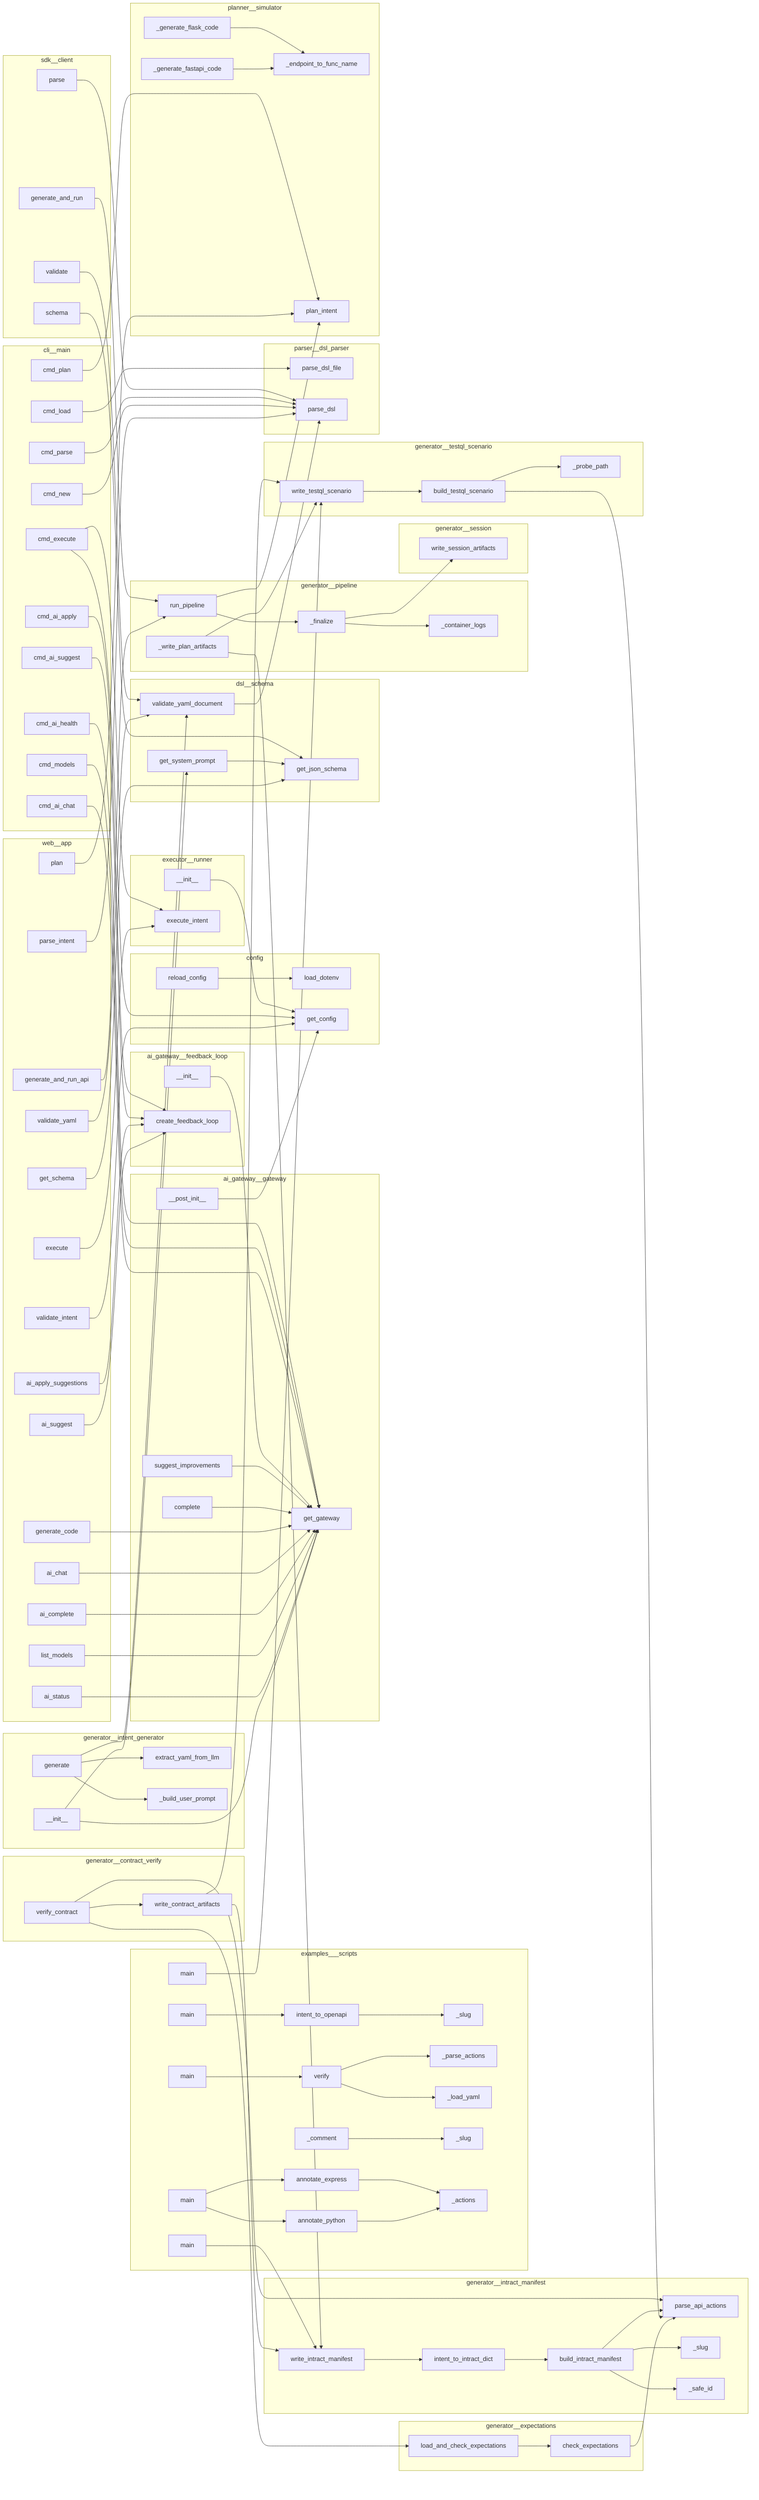
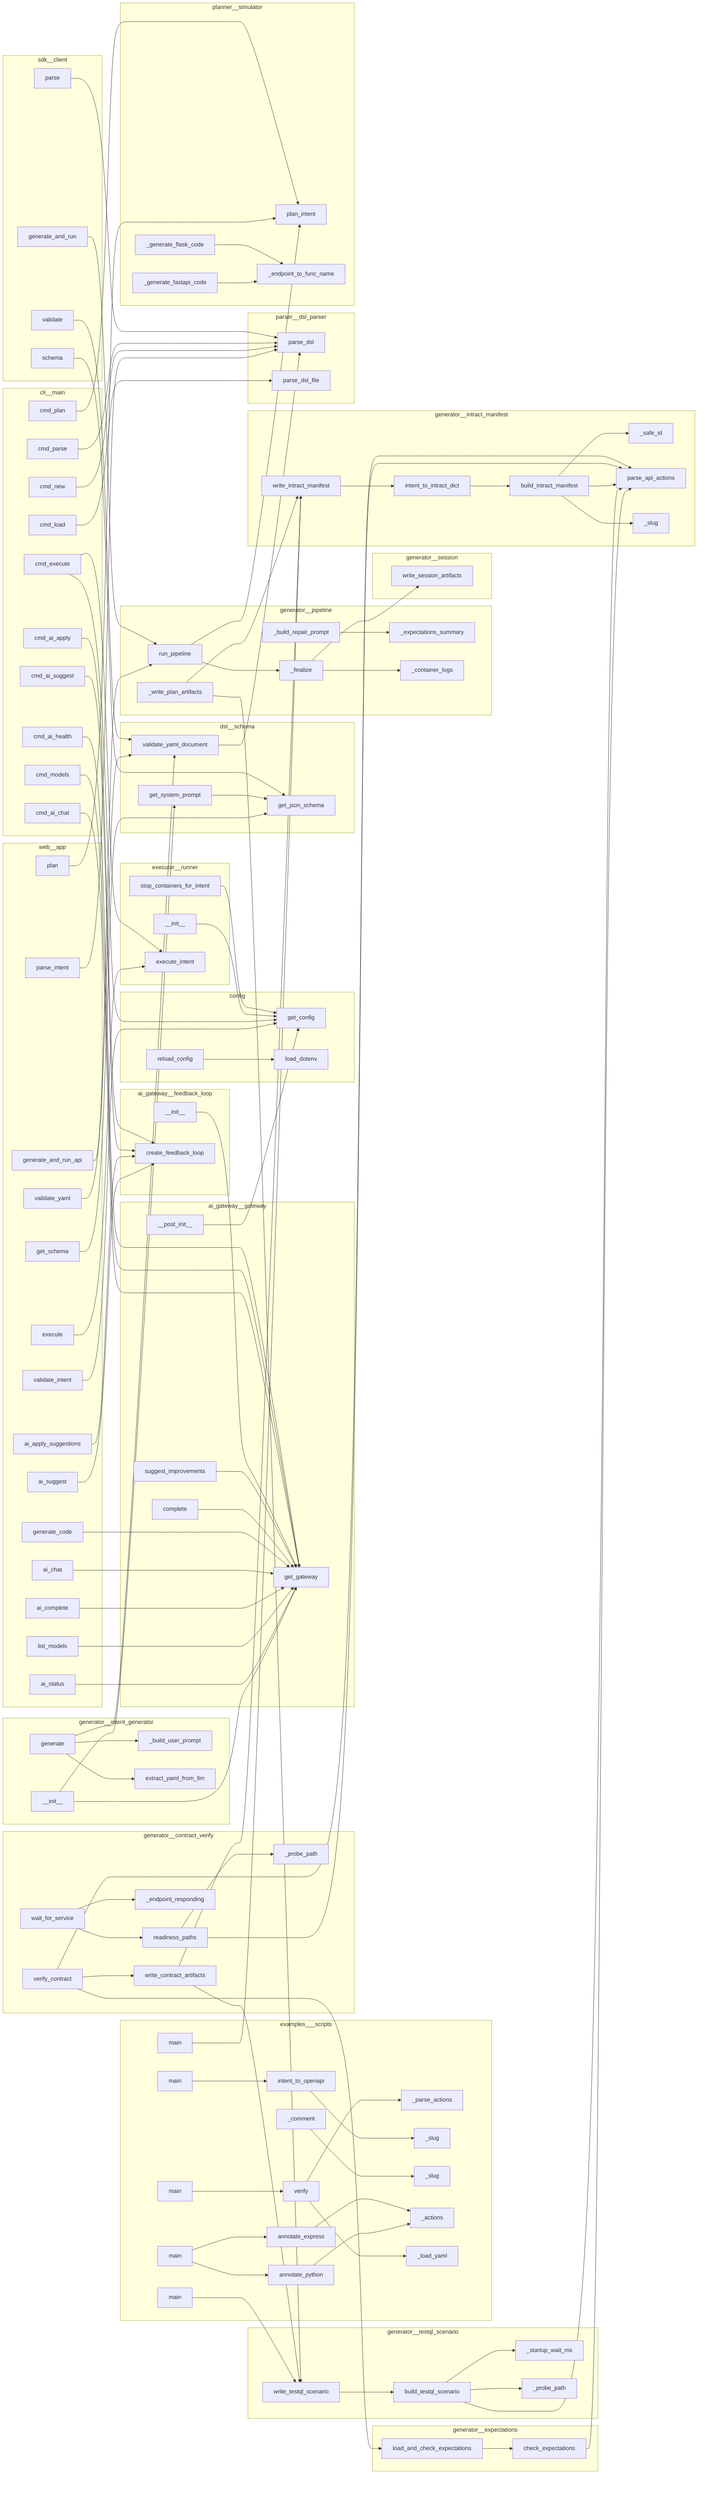
flowchart LR
%% generated in 0.00s
    subgraph ai_gateway__feedback_loop
        ai_gateway__feedback_loop__FeedbackLoop____init__["__init__"]
        ai_gateway__feedback_loop__create_feedback_loop["create_feedback_loop"]
    end
    subgraph ai_gateway__gateway
        ai_gateway__gateway__suggest_improvements["suggest_improvements"]
-         ai_gateway__gateway__GatewayConfig____post_init__["__post_init__"]
        ai_gateway__gateway__complete["complete"]
        ai_gateway__gateway__get_gateway["get_gateway"]
+         ai_gateway__gateway__GatewayConfig____post_init__["__post_init__"]
    end
    subgraph cli__main
+         cli__main__CLI__cmd_ai_health["cmd_ai_health"]
+         cli__main__CLI__cmd_execute["cmd_execute"]
+         cli__main__CLI__cmd_models["cmd_models"]
+         cli__main__CLI__cmd_ai_apply["cmd_ai_apply"]
+         cli__main__CLI__cmd_load["cmd_load"]
+         cli__main__CLI__cmd_ai_suggest["cmd_ai_suggest"]
+         cli__main__CLI__cmd_plan["cmd_plan"]
        cli__main__CLI__cmd_new["cmd_new"]
-         cli__main__CLI__cmd_execute["cmd_execute"]
-         cli__main__CLI__cmd_ai_health["cmd_ai_health"]
+         cli__main__CLI__cmd_parse["cmd_parse"]
        cli__main__CLI__cmd_ai_chat["cmd_ai_chat"]
-         cli__main__CLI__cmd_ai_apply["cmd_ai_apply"]
-         cli__main__CLI__cmd_ai_suggest["cmd_ai_suggest"]
-         cli__main__CLI__cmd_load["cmd_load"]
-         cli__main__CLI__cmd_models["cmd_models"]
-         cli__main__CLI__cmd_parse["cmd_parse"]
-         cli__main__CLI__cmd_plan["cmd_plan"]
    end
    subgraph config
-         config__load_dotenv["load_dotenv"]
        config__reload_config["reload_config"]
        config__get_config["get_config"]
+         config__load_dotenv["load_dotenv"]
    end
    subgraph dsl__schema
+         dsl__schema__get_json_schema["get_json_schema"]
        dsl__schema__get_system_prompt["get_system_prompt"]
-         dsl__schema__get_json_schema["get_json_schema"]
        dsl__schema__validate_yaml_document["validate_yaml_document"]
    end
    subgraph examples___scripts
+         examples___scripts__annotate_intract___comment["_comment"]
+         examples___scripts__verify_expectations___parse_actions["_parse_actions"]
+         examples___scripts__annotate_intract__annotate_python["annotate_python"]
+         examples___scripts__intent_to_openapi__main["main"]
+         examples___scripts__verify_expectations__main["main"]
        examples___scripts__intent_to_openapi___slug["_slug"]
+         examples___scripts__annotate_intract___slug["_slug"]
+         examples___scripts__annotate_intract___actions["_actions"]
+         examples___scripts__intent_to_openapi__intent_to_openapi["intent_to_openapi"]
        examples___scripts__intent_to_intract__main["main"]
-         examples___scripts__verify_expectations___parse_actions["_parse_actions"]
-         examples___scripts__annotate_intract__main["main"]
-         examples___scripts__intent_to_openapi__intent_to_openapi["intent_to_openapi"]
-         examples___scripts__verify_expectations__main["main"]
        examples___scripts__verify_expectations___load_yaml["_load_yaml"]
        examples___scripts__annotate_intract__annotate_express["annotate_express"]
-         examples___scripts__annotate_intract___slug["_slug"]
-         examples___scripts__annotate_intract___actions["_actions"]
-         examples___scripts__annotate_intract__annotate_python["annotate_python"]
+         examples___scripts__verify_expectations__verify["verify"]
+         examples___scripts__annotate_intract__main["main"]
        examples___scripts__intent_to_testql__main["main"]
-         examples___scripts__annotate_intract___comment["_comment"]
-         examples___scripts__intent_to_openapi__main["main"]
-         examples___scripts__verify_expectations__verify["verify"]
    end
    subgraph executor__runner
+         executor__runner__stop_containers_for_intent["stop_containers_for_intent"]
        executor__runner__Executor____init__["__init__"]
        executor__runner__execute_intent["execute_intent"]
    end
    subgraph generator__contract_verify
        generator__contract_verify__verify_contract["verify_contract"]
+         generator__contract_verify___probe_path["_probe_path"]
        generator__contract_verify__write_contract_artifacts["write_contract_artifacts"]
+         generator__contract_verify___endpoint_responding["_endpoint_responding"]
+         generator__contract_verify__wait_for_service["wait_for_service"]
+         generator__contract_verify__readiness_paths["readiness_paths"]
    end
    subgraph generator__expectations
        generator__expectations__load_and_check_expectations["load_and_check_expectations"]
        generator__expectations__check_expectations["check_expectations"]
    end
    subgraph generator__intent_generator
-         generator__intent_generator__extract_yaml_from_llm["extract_yaml_from_llm"]
        generator__intent_generator__IntentGenerator____init__["__init__"]
        generator__intent_generator___build_user_prompt["_build_user_prompt"]
        generator__intent_generator__IntentGenerator__generate["generate"]
+         generator__intent_generator__extract_yaml_from_llm["extract_yaml_from_llm"]
    end
    subgraph generator__intract_manifest
-         generator__intract_manifest__parse_api_actions["parse_api_actions"]
        generator__intract_manifest__intent_to_intract_dict["intent_to_intract_dict"]
-         generator__intract_manifest___slug["_slug"]
-         generator__intract_manifest__build_intract_manifest["build_intract_manifest"]
        generator__intract_manifest___safe_id["_safe_id"]
        generator__intract_manifest__write_intract_manifest["write_intract_manifest"]
+         generator__intract_manifest__parse_api_actions["parse_api_actions"]
+         generator__intract_manifest__build_intract_manifest["build_intract_manifest"]
+         generator__intract_manifest___slug["_slug"]
    end
    subgraph generator__pipeline
+         generator__pipeline___expectations_summary["_expectations_summary"]
        generator__pipeline___finalize["_finalize"]
+         generator__pipeline___container_logs["_container_logs"]
+         generator__pipeline___build_repair_prompt["_build_repair_prompt"]
        generator__pipeline___write_plan_artifacts["_write_plan_artifacts"]
        generator__pipeline__run_pipeline["run_pipeline"]
-         generator__pipeline___container_logs["_container_logs"]
    end
    subgraph generator__session
        generator__session__write_session_artifacts["write_session_artifacts"]
    end
    subgraph generator__testql_scenario
-         generator__testql_scenario___probe_path["_probe_path"]
+         generator__testql_scenario___startup_wait_ms["_startup_wait_ms"]
        generator__testql_scenario__build_testql_scenario["build_testql_scenario"]
        generator__testql_scenario__write_testql_scenario["write_testql_scenario"]
+         generator__testql_scenario___probe_path["_probe_path"]
    end
    subgraph parser__dsl_parser
+         parser__dsl_parser__parse_dsl["parse_dsl"]
        parser__dsl_parser__parse_dsl_file["parse_dsl_file"]
-         parser__dsl_parser__parse_dsl["parse_dsl"]
    end
    subgraph planner__simulator
+         planner__simulator__plan_intent["plan_intent"]
+         planner__simulator__Planner___generate_fastapi_code["_generate_fastapi_code"]
        planner__simulator___endpoint_to_func_name["_endpoint_to_func_name"]
-         planner__simulator__plan_intent["plan_intent"]
        planner__simulator__Planner___generate_flask_code["_generate_flask_code"]
-         planner__simulator__Planner___generate_fastapi_code["_generate_fastapi_code"]
    end
    subgraph sdk__client
+         sdk__client__IterunClient__generate_and_run["generate_and_run"]
        sdk__client__IterunClient__parse["parse"]
        sdk__client__IterunClient__validate["validate"]
-         sdk__client__IterunClient__generate_and_run["generate_and_run"]
        sdk__client__IterunClient__schema["schema"]
    end
    subgraph web__app
        web__app__ai_complete["ai_complete"]
-         web__app__get_schema["get_schema"]
-         web__app__validate_yaml["validate_yaml"]
+         web__app__validate_intent["validate_intent"]
+         web__app__ai_status["ai_status"]
+         web__app__ai_suggest["ai_suggest"]
+         web__app__execute["execute"]
        web__app__generate_and_run_api["generate_and_run_api"]
-         web__app__validate_intent["validate_intent"]
        web__app__ai_chat["ai_chat"]
        web__app__plan["plan"]
+         web__app__validate_yaml["validate_yaml"]
+         web__app__get_schema["get_schema"]
        web__app__generate_code["generate_code"]
+         web__app__ai_apply_suggestions["ai_apply_suggestions"]
        web__app__parse_intent["parse_intent"]
-         web__app__execute["execute"]
-         web__app__ai_apply_suggestions["ai_apply_suggestions"]
-         web__app__ai_status["ai_status"]
        web__app__list_models["list_models"]
-         web__app__ai_suggest["ai_suggest"]
    end
    config__reload_config --> config__load_dotenv
    generator__expectations__check_expectations --> generator__intract_manifest__parse_api_actions
    generator__expectations__load_and_check_expectations --> generator__expectations__check_expectations
    generator__intent_generator__IntentGenerator____init__ --> dsl__schema__get_system_prompt
    generator__intent_generator__IntentGenerator____init__ --> ai_gateway__gateway__get_gateway
    generator__intent_generator__IntentGenerator__generate --> generator__intent_generator___build_user_prompt
    generator__intent_generator__IntentGenerator__generate --> generator__intent_generator__extract_yaml_from_llm
    generator__intent_generator__IntentGenerator__generate --> dsl__schema__validate_yaml_document
    generator__testql_scenario__build_testql_scenario --> generator__intract_manifest__parse_api_actions
+     generator__testql_scenario__build_testql_scenario --> generator__testql_scenario___startup_wait_ms
    generator__testql_scenario__build_testql_scenario --> generator__testql_scenario___probe_path
    generator__testql_scenario__write_testql_scenario --> generator__testql_scenario__build_testql_scenario
    generator__pipeline___write_plan_artifacts --> generator__intract_manifest__write_intract_manifest
    generator__pipeline___write_plan_artifacts --> generator__testql_scenario__write_testql_scenario
+     generator__pipeline___build_repair_prompt --> generator__pipeline___expectations_summary
    generator__pipeline___finalize --> generator__pipeline___container_logs
    generator__pipeline___finalize --> generator__session__write_session_artifacts
    generator__pipeline__run_pipeline --> generator__pipeline___finalize
    generator__pipeline__run_pipeline --> planner__simulator__plan_intent
    generator__intract_manifest__build_intract_manifest --> generator__intract_manifest___safe_id
    generator__intract_manifest__build_intract_manifest --> generator__intract_manifest__parse_api_actions
    generator__intract_manifest__build_intract_manifest --> generator__intract_manifest___slug
    generator__intract_manifest__intent_to_intract_dict --> generator__intract_manifest__build_intract_manifest
    generator__intract_manifest__write_intract_manifest --> generator__intract_manifest__intent_to_intract_dict
-     generator__contract_verify__write_contract_artifacts --> generator__intract_manifest__write_intract_manifest
-     generator__contract_verify__write_contract_artifacts --> generator__testql_scenario__write_testql_scenario
-     generator__contract_verify__verify_contract --> generator__contract_verify__write_contract_artifacts
-     generator__contract_verify__verify_contract --> generator__intract_manifest__parse_api_actions
-     generator__contract_verify__verify_contract --> generator__expectations__load_and_check_expectations
    examples___scripts__verify_expectations__verify --> examples___scripts__verify_expectations___load_yaml
    examples___scripts__verify_expectations__verify --> examples___scripts__verify_expectations___parse_actions
    examples___scripts__verify_expectations__main --> examples___scripts__verify_expectations__verify
    examples___scripts__annotate_intract___comment --> examples___scripts__annotate_intract___slug
    examples___scripts__annotate_intract__annotate_python --> examples___scripts__annotate_intract___actions
    examples___scripts__annotate_intract__annotate_express --> examples___scripts__annotate_intract___actions
    examples___scripts__annotate_intract__main --> examples___scripts__annotate_intract__annotate_python
    examples___scripts__annotate_intract__main --> examples___scripts__annotate_intract__annotate_express
    examples___scripts__intent_to_testql__main --> generator__testql_scenario__write_testql_scenario
    examples___scripts__intent_to_intract__main --> generator__intract_manifest__write_intract_manifest
    examples___scripts__intent_to_openapi__intent_to_openapi --> examples___scripts__intent_to_openapi___slug
    examples___scripts__intent_to_openapi__main --> examples___scripts__intent_to_openapi__intent_to_openapi
    planner__simulator__Planner___generate_fastapi_code --> planner__simulator___endpoint_to_func_name
    planner__simulator__Planner___generate_flask_code --> planner__simulator___endpoint_to_func_name
    web__app__get_schema --> dsl__schema__get_json_schema
    web__app__validate_yaml --> dsl__schema__validate_yaml_document
    web__app__generate_and_run_api --> generator__pipeline__run_pipeline
    web__app__parse_intent --> parser__dsl_parser__parse_dsl
    web__app__plan --> planner__simulator__plan_intent
    web__app__execute --> executor__runner__execute_intent
    web__app__validate_intent --> config__get_config
    web__app__ai_status --> ai_gateway__gateway__get_gateway
    web__app__list_models --> ai_gateway__gateway__get_gateway
    web__app__ai_complete --> ai_gateway__gateway__get_gateway
    web__app__ai_chat --> ai_gateway__gateway__get_gateway
    web__app__ai_suggest --> ai_gateway__feedback_loop__create_feedback_loop
    web__app__ai_apply_suggestions --> ai_gateway__feedback_loop__create_feedback_loop
    web__app__generate_code --> ai_gateway__gateway__get_gateway
    ai_gateway__gateway__GatewayConfig____post_init__ --> config__get_config
    ai_gateway__gateway__complete --> ai_gateway__gateway__get_gateway
    ai_gateway__gateway__suggest_improvements --> ai_gateway__gateway__get_gateway
    ai_gateway__feedback_loop__FeedbackLoop____init__ --> ai_gateway__gateway__get_gateway
    cli__main__CLI__cmd_new --> parser__dsl_parser__parse_dsl
    cli__main__CLI__cmd_load --> parser__dsl_parser__parse_dsl_file
    cli__main__CLI__cmd_parse --> parser__dsl_parser__parse_dsl
    cli__main__CLI__cmd_plan --> planner__simulator__plan_intent
    cli__main__CLI__cmd_execute --> executor__runner__execute_intent
    cli__main__CLI__cmd_execute --> config__get_config
    cli__main__CLI__cmd_ai_suggest --> ai_gateway__feedback_loop__create_feedback_loop
    cli__main__CLI__cmd_ai_apply --> ai_gateway__feedback_loop__create_feedback_loop
    cli__main__CLI__cmd_ai_chat --> ai_gateway__gateway__get_gateway
    cli__main__CLI__cmd_models --> ai_gateway__gateway__get_gateway
    cli__main__CLI__cmd_ai_health --> ai_gateway__gateway__get_gateway
    executor__runner__Executor____init__ --> config__get_config
+     executor__runner__stop_containers_for_intent --> config__get_config
    dsl__schema__validate_yaml_document --> parser__dsl_parser__parse_dsl
    dsl__schema__get_system_prompt --> dsl__schema__get_json_schema
    sdk__client__IterunClient__schema --> dsl__schema__get_json_schema
    sdk__client__IterunClient__validate --> dsl__schema__validate_yaml_document
    sdk__client__IterunClient__generate_and_run --> generator__pipeline__run_pipeline
    sdk__client__IterunClient__parse --> parser__dsl_parser__parse_dsl
+     generator__contract_verify__readiness_paths --> generator__contract_verify___probe_path
+     generator__contract_verify__readiness_paths --> generator__intract_manifest__parse_api_actions
+     generator__contract_verify__wait_for_service --> generator__contract_verify__readiness_paths
+     generator__contract_verify__wait_for_service --> generator__contract_verify___endpoint_responding
+     generator__contract_verify__write_contract_artifacts --> generator__intract_manifest__write_intract_manifest
+     generator__contract_verify__write_contract_artifacts --> generator__testql_scenario__write_testql_scenario
+     generator__contract_verify__verify_contract --> generator__contract_verify__write_contract_artifacts
+     generator__contract_verify__verify_contract --> generator__intract_manifest__parse_api_actions
+     generator__contract_verify__verify_contract --> generator__expectations__load_and_check_expectations
